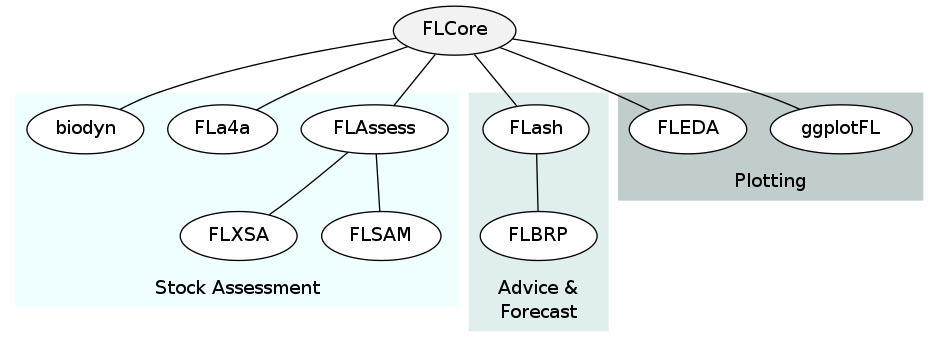
flr/flr.github.io keeps this Graphviz diagram as assets/diagrams/flrpkgs.png. Above is the earlier version. Its source is kept beside it as assets/diagrams/flrpkgs/flrpkgs.gv.
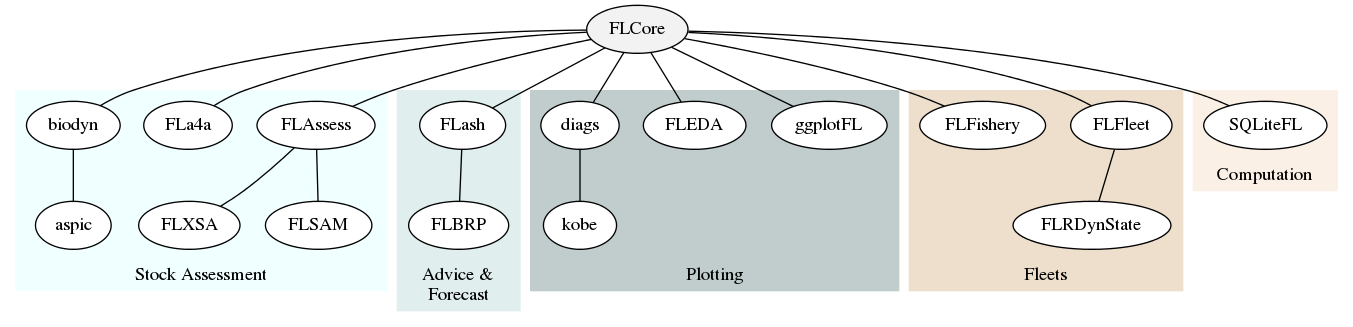
After the change.

Change to the diagram source:
```diff
@@ -1,13 +1,13 @@
 graph G {
 
-graph [style="square, filled", color=azure1, fillcolor=azure1, labelloc="b"];
+graph [style="filled", color=azure1, fillcolor=azure1, labelloc="b"];
 
 node [style=filled,color=black,fillcolor=white];
 
 FLCore [fillcolor=gray95];
 
 	subgraph cluster_0 {
-        "FLAssess" "FLXSA" "FLSAM" "FLa4a" "biodyn";
+        "FLAssess" "FLXSA" "FLSAM" "FLa4a" "biodyn" "aspic";
         label = "Stock Assessment";
   }
 	subgraph cluster_1 {
@@ -17,19 +17,39 @@
 				fillcolor=azure2;
   }
 	subgraph cluster_2 {
-        "ggplotFL" "FLEDA";
+        "ggplotFL" "FLEDA" "diags" "kobe";
         label = "Plotting";
 				color=azure3;
 				fillcolor=azure3;
   }
+	subgraph cluster_3 {
+        "FLFleet" "FLRDynState" "FLFishery";
+        label = "Fleets";
+				color=antiquewhite2;
+				fillcolor=antiquewhite2;
+  }
+	subgraph cluster_4 {
+        "SQLiteFL";
+        label = "Computation";
+				color=linen;
+				fillcolor=linen;
+  }
+
 
 	FLCore -- FLAssess;
 	FLAssess -- FLXSA;
 	FLAssess -- FLSAM;
 	FLCore -- biodyn;
+	biodyn -- aspic;
 	FLCore -- ggplotFL;
 	FLCore -- FLEDA;
 	FLCore -- FLash;
+	FLCore -- FLa4a;
 	FLash -- FLBRP;
-	FLCore -- FLa4a;
+	FLCore -- FLFleet;
+	FLFleet -- FLRDynState;
+	FLCore -- FLFishery;
+	FLCore -- SQLiteFL;
+	FLCore -- diags;
+	diags -- kobe;
 }
```
